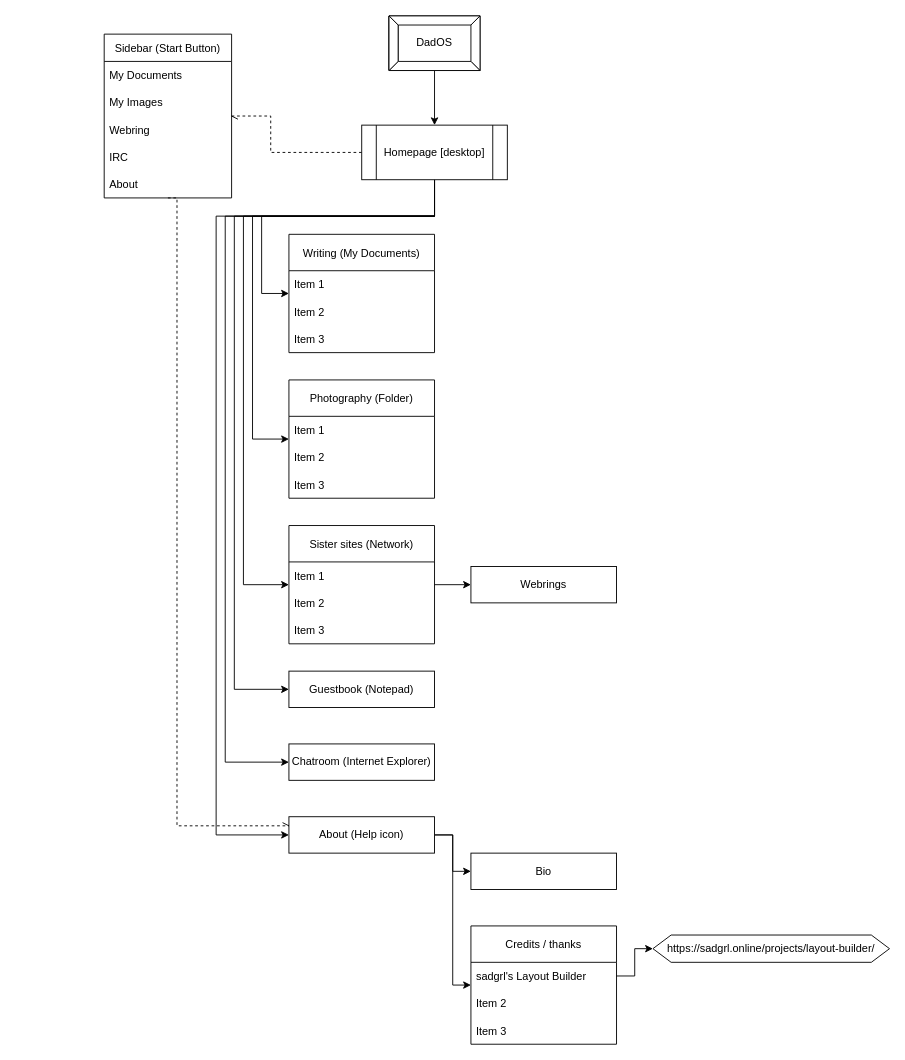
Before: reference shit/Site map/Sitemap.drawio in dadhoc/dadhoc.github.io, a draw.io diagram. Source tidied: cells renumbered, new cells numbered last; positions are measured from the earlier drawing's top-left corner, leaving out a move shared by most shapes. Both pictures are drawn from the tidied source at 91%, with x=0, y=0 at pixel (104, 15).
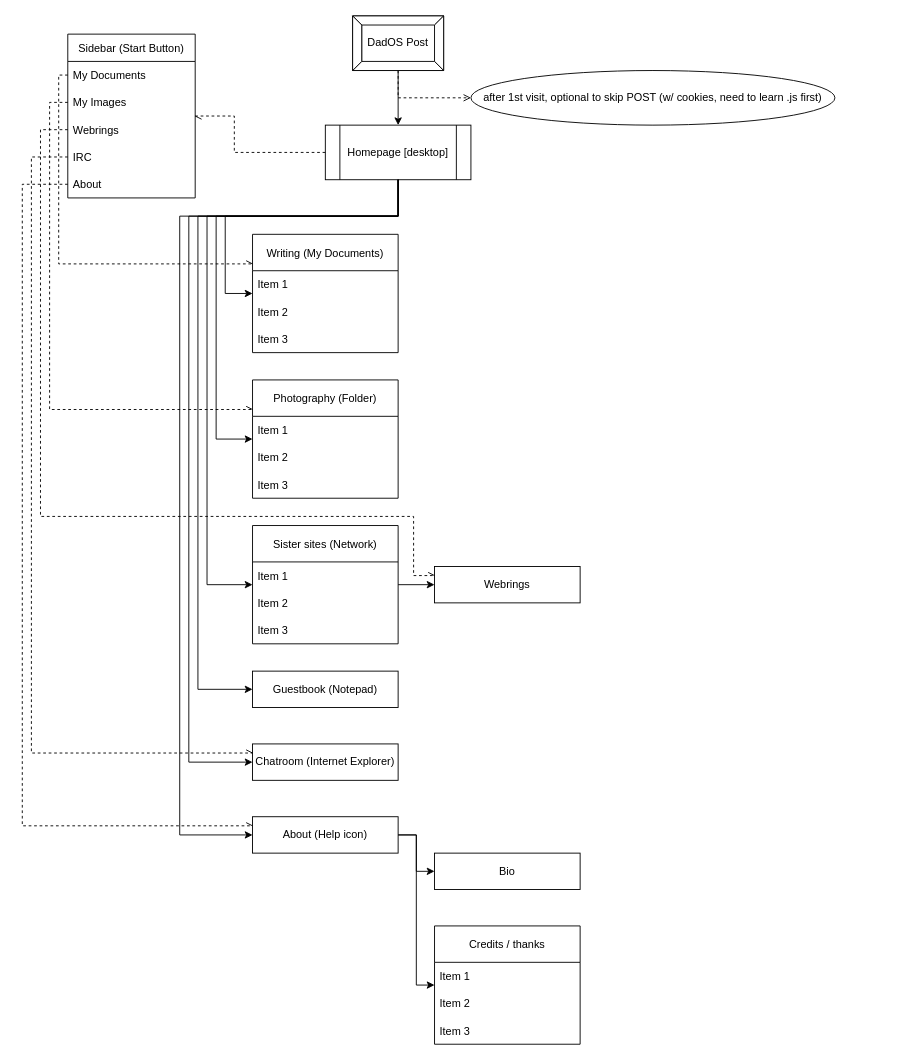
Above is the later version.

Unchanged cells that the change refers to:
```xml
<mxCell id="20" value="My Documents" style="text;strokeColor=none;fillColor=none;align=left;verticalAlign=middle;spacingLeft=4;spacingRight=4;overflow=hidden;points=[[0,0.5],[1,0.5]];portConstraint=eastwest;" parent="19" vertex="1">
  <mxGeometry y="30" width="140" height="30" as="geometry" />
</mxCell>
<mxCell id="21" value="My Images" style="text;strokeColor=none;fillColor=none;align=left;verticalAlign=middle;spacingLeft=4;spacingRight=4;overflow=hidden;points=[[0,0.5],[1,0.5]];portConstraint=eastwest;" parent="19" vertex="1">
  <mxGeometry y="60" width="140" height="30" as="geometry" />
</mxCell>
<mxCell id="23" value="IRC" style="text;strokeColor=none;fillColor=none;align=left;verticalAlign=middle;spacingLeft=4;spacingRight=4;overflow=hidden;points=[[0,0.5],[1,0.5]];portConstraint=eastwest;" parent="19" vertex="1">
  <mxGeometry y="120" width="140" height="30" as="geometry" />
</mxCell>
<mxCell id="24" value="About" style="text;strokeColor=none;fillColor=none;align=left;verticalAlign=middle;spacingLeft=4;spacingRight=4;overflow=hidden;points=[[0,0.5],[1,0.5]];portConstraint=eastwest;" parent="19" vertex="1">
  <mxGeometry y="150" width="140" height="30" as="geometry" />
</mxCell>
```

Change to the diagram source:
```diff
@@
-    <mxCell id="2" style="edgeStyle=orthogonalEdgeStyle;rounded=0;jettySize=auto;html=1;entryX=0;entryY=0.5;entryDx=0;entryDy=0;exitX=0.5;exitY=1;exitDx=0;exitDy=0;" parent="1" edge="1" source="9" target="14">
-      <mxGeometry relative="1" as="geometry">
-        <Array as="points">
-          <mxPoint x="363" y="220" />
-          <mxPoint x="163" y="220" />
-          <mxPoint x="163" y="465" />
-        </Array>
-      </mxGeometry>
-    </mxCell>
-    <mxCell id="3" style="edgeStyle=orthogonalEdgeStyle;rounded=0;jettySize=auto;html=1;exitX=0.5;exitY=1;exitDx=0;exitDy=0;entryX=0;entryY=0.5;entryDx=0;entryDy=0;" parent="1" edge="1" source="9" target="10">
-      <mxGeometry relative="1" as="geometry">
-        <Array as="points">
-          <mxPoint x="363" y="220" />
-          <mxPoint x="173" y="220" />
-          <mxPoint x="173" y="305" />
-        </Array>
-      </mxGeometry>
-    </mxCell>
-    <mxCell id="4" style="edgeStyle=orthogonalEdgeStyle;rounded=0;jettySize=auto;html=1;entryX=1;entryY=0.5;entryDx=0;entryDy=0;dashed=1;exitX=0;exitY=0.5;exitDx=0;exitDy=0;endArrow=openAsync;endFill=0;" parent="1" edge="1" source="9" target="19">
-      <mxGeometry relative="1" as="geometry">
-        <Array as="points">
-          <mxPoint x="183" y="150" />
-          <mxPoint x="183" y="110" />
-        </Array>
-      </mxGeometry>
-    </mxCell>
-    <mxCell id="5" style="edgeStyle=orthogonalEdgeStyle;rounded=0;jettySize=auto;html=1;entryX=0;entryY=0.5;entryDx=0;entryDy=0;exitX=0.5;exitY=1;exitDx=0;exitDy=0;" parent="1" edge="1" source="9" target="18">
-      <mxGeometry relative="1" as="geometry">
-        <Array as="points">
-          <mxPoint x="363" y="220" />
-          <mxPoint x="143" y="220" />
-          <mxPoint x="143" y="740" />
-        </Array>
-      </mxGeometry>
-    </mxCell>
-    <mxCell id="6" style="edgeStyle=orthogonalEdgeStyle;rounded=0;jettySize=auto;html=1;entryX=0;entryY=0.5;entryDx=0;entryDy=0;exitX=0.5;exitY=1;exitDx=0;exitDy=0;" parent="1" edge="1" source="9" target="25">
-      <mxGeometry relative="1" as="geometry">
-        <Array as="points">
-          <mxPoint x="363" y="220" />
-          <mxPoint x="153" y="220" />
-          <mxPoint x="153" y="625" />
-        </Array>
-      </mxGeometry>
-    </mxCell>
-    <mxCell id="7" style="edgeStyle=orthogonalEdgeStyle;rounded=0;jettySize=auto;html=1;entryX=0;entryY=0.5;entryDx=0;entryDy=0;exitX=0.5;exitY=1;exitDx=0;exitDy=0;" parent="1" edge="1" source="9" target="32">
-      <mxGeometry relative="1" as="geometry">
-        <Array as="points">
-          <mxPoint x="363" y="220" />
-          <mxPoint x="123" y="220" />
-          <mxPoint x="123" y="900" />
-        </Array>
-      </mxGeometry>
-    </mxCell>
-    <mxCell id="8" style="edgeStyle=orthogonalEdgeStyle;rounded=0;jettySize=auto;html=1;entryX=0;entryY=0.5;entryDx=0;entryDy=0;" parent="1" edge="1" source="9" target="36">
-      <mxGeometry relative="1" as="geometry">
-        <Array as="points">
-          <mxPoint x="363" y="220" />
-          <mxPoint x="133" y="220" />
-          <mxPoint x="133" y="820" />
-        </Array>
-      </mxGeometry>
-    </mxCell>
+    <mxCell id="45" style="group;" parent="1" vertex="1">
+      <mxGeometry x="-90" width="893" height="1130" as="geometry" />
+    </mxCell>
-    <mxCell id="9" value="Homepage [desktop]" style="shape=process;whiteSpace=wrap;html=1;backgroundOutline=1;fontFamily=Helvetica;fontSize=12;fontColor=default;align=center;strokeColor=default;fillColor=default;" parent="1" vertex="1">
-      <mxGeometry x="283" y="120" width="160" height="60" as="geometry" />
+    <mxCell id="9" value="Homepage [desktop]" style="shape=process;whiteSpace=wrap;html=1;backgroundOutline=1;fontFamily=Helvetica;fontSize=12;fontColor=default;align=center;strokeColor=default;fillColor=default;" parent="45" vertex="1">
+      <mxGeometry x="333" y="120" width="160" height="60" as="geometry" />
     </mxCell>
-    <mxCell id="10" value="Writing (My Documents)" style="swimlane;fontStyle=0;horizontal=1;startSize=40;" parent="1" vertex="1">
-      <mxGeometry x="203" y="240" width="160" height="130" as="geometry" />
+    <mxCell id="10" value="Writing (My Documents)" style="swimlane;fontStyle=0;horizontal=1;startSize=40;" parent="45" vertex="1">
+      <mxGeometry x="253" y="240" width="160" height="130" as="geometry" />
     </mxCell>
@@
+    <mxCell id="3" style="edgeStyle=orthogonalEdgeStyle;rounded=0;jettySize=auto;html=1;exitX=0.5;exitY=1;exitDx=0;exitDy=0;entryX=0;entryY=0.5;entryDx=0;entryDy=0;" parent="45" edge="1" source="9" target="10">
+      <mxGeometry relative="1" as="geometry">
+        <Array as="points">
+          <mxPoint x="413" y="220" />
+          <mxPoint x="223" y="220" />
+          <mxPoint x="223" y="305" />
+        </Array>
+      </mxGeometry>
+    </mxCell>
-    <mxCell id="14" value="Photography (Folder)" style="swimlane;fontStyle=0;horizontal=1;startSize=40;" parent="1" vertex="1">
-      <mxGeometry x="203" y="400" width="160" height="130" as="geometry" />
+    <mxCell id="14" value="Photography (Folder)" style="swimlane;fontStyle=0;horizontal=1;startSize=40;" parent="45" vertex="1">
+      <mxGeometry x="253" y="400" width="160" height="130" as="geometry" />
     </mxCell>
@@
+    <mxCell id="2" style="edgeStyle=orthogonalEdgeStyle;rounded=0;jettySize=auto;html=1;entryX=0;entryY=0.5;entryDx=0;entryDy=0;exitX=0.5;exitY=1;exitDx=0;exitDy=0;" parent="45" edge="1" source="9" target="14">
+      <mxGeometry relative="1" as="geometry">
+        <Array as="points">
+          <mxPoint x="413" y="220" />
+          <mxPoint x="213" y="220" />
+          <mxPoint x="213" y="465" />
+        </Array>
+      </mxGeometry>
+    </mxCell>
-    <mxCell id="18" value="Guestbook (Notepad)" style="rounded=0;whiteSpace=wrap;html=1;" parent="1" vertex="1">
-      <mxGeometry x="203" y="720" width="160" height="40" as="geometry" />
+    <mxCell id="18" value="Guestbook (Notepad)" style="rounded=0;whiteSpace=wrap;html=1;" parent="45" vertex="1">
+      <mxGeometry x="253" y="720" width="160" height="40" as="geometry" />
     </mxCell>
+    <mxCell id="5" style="edgeStyle=orthogonalEdgeStyle;rounded=0;jettySize=auto;html=1;entryX=0;entryY=0.5;entryDx=0;entryDy=0;exitX=0.5;exitY=1;exitDx=0;exitDy=0;" parent="45" edge="1" source="9" target="18">
+      <mxGeometry relative="1" as="geometry">
+        <Array as="points">
+          <mxPoint x="413" y="220" />
+          <mxPoint x="193" y="220" />
+          <mxPoint x="193" y="740" />
+        </Array>
+      </mxGeometry>
+    </mxCell>
-    <mxCell id="19" value="Sidebar (Start Button)" style="swimlane;fontStyle=0;horizontal=1;startSize=30;" parent="1" vertex="1">
-      <mxGeometry y="20" width="140" height="180" as="geometry" />
+    <mxCell id="19" value="Sidebar (Start Button)" style="swimlane;fontStyle=0;horizontal=1;startSize=30;" parent="45" vertex="1">
+      <mxGeometry x="50" y="20" width="140" height="180" as="geometry" />
     </mxCell>
@@
-    <mxCell id="22" value="Webring" style="text;strokeColor=none;fillColor=none;align=left;verticalAlign=middle;spacingLeft=4;spacingRight=4;overflow=hidden;points=[[0,0.5],[1,0.5]];portConstraint=eastwest;" parent="19" vertex="1">
+    <mxCell id="22" value="Webrings" style="text;strokeColor=none;fillColor=none;align=left;verticalAlign=middle;spacingLeft=4;spacingRight=4;overflow=hidden;points=[[0,0.5],[1,0.5]];portConstraint=eastwest;" parent="19" vertex="1">
       <mxGeometry y="90" width="140" height="30" as="geometry" />
     </mxCell>
@@
+    <mxCell id="4" style="edgeStyle=orthogonalEdgeStyle;rounded=0;jettySize=auto;html=1;entryX=1;entryY=0.5;entryDx=0;entryDy=0;dashed=1;exitX=0;exitY=0.5;exitDx=0;exitDy=0;endArrow=openAsync;endFill=0;" parent="45" edge="1" source="9" target="19">
+      <mxGeometry relative="1" as="geometry">
+        <Array as="points">
+          <mxPoint x="233" y="150" />
+          <mxPoint x="233" y="110" />
+        </Array>
+      </mxGeometry>
+    </mxCell>
-    <mxCell id="25" value="Sister sites (Network)" style="swimlane;fontStyle=0;horizontal=1;startSize=40;" parent="1" vertex="1">
-      <mxGeometry x="203" y="560" width="160" height="130" as="geometry" />
+    <mxCell id="25" value="Sister sites (Network)" style="swimlane;fontStyle=0;horizontal=1;startSize=40;" parent="45" vertex="1">
+      <mxGeometry x="253" y="560" width="160" height="130" as="geometry" />
     </mxCell>
@@
+    <mxCell id="6" style="edgeStyle=orthogonalEdgeStyle;rounded=0;jettySize=auto;html=1;entryX=0;entryY=0.5;entryDx=0;entryDy=0;exitX=0.5;exitY=1;exitDx=0;exitDy=0;" parent="45" edge="1" source="9" target="25">
+      <mxGeometry relative="1" as="geometry">
+        <Array as="points">
+          <mxPoint x="413" y="220" />
+          <mxPoint x="203" y="220" />
+          <mxPoint x="203" y="625" />
+        </Array>
+      </mxGeometry>
+    </mxCell>
-    <mxCell id="29" style="edgeStyle=orthogonalEdgeStyle;rounded=0;jettySize=auto;html=1;entryX=0;entryY=0.5;entryDx=0;entryDy=0;" parent="1" edge="1" source="25" target="34">
+    <mxCell id="29" style="edgeStyle=orthogonalEdgeStyle;rounded=0;jettySize=auto;html=1;entryX=0;entryY=0.5;entryDx=0;entryDy=0;" parent="45" edge="1" source="25" target="34">
       <mxGeometry relative="1" as="geometry" />
     </mxCell>
-    <mxCell id="30" style="edgeStyle=orthogonalEdgeStyle;rounded=0;jettySize=auto;html=1;entryX=0;entryY=0.5;entryDx=0;entryDy=0;" parent="1" edge="1" source="32" target="35">
-      <mxGeometry relative="1" as="geometry" />
-    </mxCell>
-    <mxCell id="31" style="edgeStyle=orthogonalEdgeStyle;rounded=0;jettySize=auto;html=1;endArrow=classic;endFill=1;entryX=0;entryY=0.5;entryDx=0;entryDy=0;" parent="1" edge="1" source="32" target="37">
-      <mxGeometry relative="1" as="geometry" />
-    </mxCell>
-    <mxCell id="32" value="About (Help icon)" style="rounded=0;whiteSpace=wrap;html=1;" parent="1" vertex="1">
-      <mxGeometry x="203" y="880" width="160" height="40" as="geometry" />
+    <mxCell id="32" value="About (Help icon)" style="rounded=0;whiteSpace=wrap;html=1;" parent="45" vertex="1">
+      <mxGeometry x="253" y="880" width="160" height="40" as="geometry" />
     </mxCell>
+    <mxCell id="7" style="edgeStyle=orthogonalEdgeStyle;rounded=0;jettySize=auto;html=1;entryX=0;entryY=0.5;entryDx=0;entryDy=0;exitX=0.5;exitY=1;exitDx=0;exitDy=0;" parent="45" edge="1" source="9" target="32">
+      <mxGeometry relative="1" as="geometry">
+        <Array as="points">
+          <mxPoint x="413" y="220" />
+          <mxPoint x="173" y="220" />
+          <mxPoint x="173" y="900" />
+        </Array>
+      </mxGeometry>
+    </mxCell>
-    <mxCell id="33" style="edgeStyle=orthogonalEdgeStyle;rounded=0;jettySize=auto;html=1;exitX=0.5;exitY=1;exitDx=0;exitDy=0;dashed=1;entryX=0;entryY=0.25;entryDx=0;entryDy=0;endArrow=openAsync;endFill=0;" parent="1" edge="1" source="19" target="32">
+    <mxCell id="33" style="edgeStyle=orthogonalEdgeStyle;rounded=0;jettySize=auto;html=1;dashed=1;entryX=0;entryY=0.25;entryDx=0;entryDy=0;endArrow=openAsync;endFill=0;exitX=0;exitY=0.5;exitDx=0;exitDy=0;" parent="45" edge="1" source="24" target="32">
       <mxGeometry relative="1" as="geometry">
         <Array as="points">
-          <mxPoint x="80" y="890" />
+          <mxPoint y="185" />
+          <mxPoint y="890" />
         </Array>
       </mxGeometry>
     </mxCell>
-    <mxCell id="34" value="Webrings" style="rounded=0;whiteSpace=wrap;html=1;" parent="1" vertex="1">
-      <mxGeometry x="403" y="605" width="160" height="40" as="geometry" />
+    <mxCell id="34" value="Webrings" style="rounded=0;whiteSpace=wrap;html=1;" parent="45" vertex="1">
+      <mxGeometry x="453" y="605" width="160" height="40" as="geometry" />
     </mxCell>
-    <mxCell id="35" value="Bio" style="rounded=0;whiteSpace=wrap;html=1;" parent="1" vertex="1">
-      <mxGeometry x="403" y="920" width="160" height="40" as="geometry" />
+    <mxCell id="35" value="Bio" style="rounded=0;whiteSpace=wrap;html=1;" parent="45" vertex="1">
+      <mxGeometry x="453" y="920" width="160" height="40" as="geometry" />
     </mxCell>
-    <mxCell id="36" value="Chatroom (Internet Explorer)" style="rounded=0;whiteSpace=wrap;html=1;" parent="1" vertex="1">
-      <mxGeometry x="203" y="800" width="160" height="40" as="geometry" />
+    <mxCell id="36" value="Chatroom (Internet Explorer)" style="rounded=0;whiteSpace=wrap;html=1;" parent="45" vertex="1">
+      <mxGeometry x="253" y="800" width="160" height="40" as="geometry" />
     </mxCell>
-    <mxCell id="37" value="Credits / thanks" style="swimlane;fontStyle=0;horizontal=1;startSize=40;" parent="1" vertex="1">
-      <mxGeometry x="403" y="1000" width="160" height="130" as="geometry" />
+    <mxCell id="37" value="Credits / thanks" style="swimlane;fontStyle=0;horizontal=1;startSize=40;" parent="45" vertex="1">
+      <mxGeometry x="453" y="1000" width="160" height="130" as="geometry" />
     </mxCell>
-    <mxCell id="38" value="sadgrl's Layout Builder" style="text;strokeColor=none;fillColor=none;align=left;verticalAlign=middle;spacingLeft=4;spacingRight=4;overflow=hidden;points=[[0,0.5],[1,0.5]];portConstraint=eastwest;" parent="37" vertex="1">
+    <mxCell id="38" value="Item 1" style="text;strokeColor=none;fillColor=none;align=left;verticalAlign=middle;spacingLeft=4;spacingRight=4;overflow=hidden;points=[[0,0.5],[1,0.5]];portConstraint=eastwest;" parent="37" vertex="1">
       <mxGeometry y="40" width="160" height="30" as="geometry" />
     </mxCell>
@@
-    <mxCell id="41" value="https://sadgrl.online/projects/layout-builder/" style="shape=hexagon;perimeter=hexagonPerimeter2;whiteSpace=wrap;html=1;fixedSize=1;fontFamily=Helvetica;fontSize=12;fontColor=default;align=center;strokeColor=default;fillColor=default;" parent="1" vertex="1">
-      <mxGeometry x="603" y="1010" width="260" height="30" as="geometry" />
-    </mxCell>
-    <mxCell id="42" style="edgeStyle=orthogonalEdgeStyle;rounded=0;jettySize=auto;html=1;endArrow=classic;endFill=1;" parent="1" edge="1" source="38" target="41">
-      <mxGeometry relative="1" as="geometry" />
-    </mxCell>
-    <mxCell id="43" style="edgeStyle=orthogonalEdgeStyle;rounded=0;jettySize=auto;html=1;" parent="1" edge="1" source="44" target="9">
+    <mxCell id="43" style="edgeStyle=orthogonalEdgeStyle;rounded=0;jettySize=auto;html=1;" parent="45" edge="1" source="44" target="9">
       <mxGeometry relative="1" as="geometry" />
     </mxCell>
-    <mxCell id="44" value="DadOS" style="labelPosition=center;verticalLabelPosition=middle;align=center;html=1;shape=mxgraph.basic.button;dx=10;whiteSpace=wrap;" parent="1" vertex="1">
-      <mxGeometry x="313" width="100" height="60" as="geometry" />
+    <mxCell id="44" value="DadOS Post" style="labelPosition=center;verticalLabelPosition=middle;align=center;html=1;shape=mxgraph.basic.button;dx=10;whiteSpace=wrap;" parent="45" vertex="1">
+      <mxGeometry x="363" width="100" height="60" as="geometry" />
     </mxCell>
+    <mxCell id="30" style="edgeStyle=orthogonalEdgeStyle;rounded=0;jettySize=auto;html=1;entryX=0;entryY=0.5;entryDx=0;entryDy=0;" parent="45" edge="1" source="32" target="35">
+      <mxGeometry relative="1" as="geometry" />
+    </mxCell>
+    <mxCell id="46" value="after 1st visit, optional to skip POST (w/ cookies, need to learn .js first)" style="ellipse;whiteSpace=wrap;html=1;" parent="45" vertex="1">
+      <mxGeometry x="493" y="60" width="400" height="60" as="geometry" />
+    </mxCell>
+    <mxCell id="47" style="edgeStyle=orthogonalEdgeStyle;rounded=0;jettySize=auto;html=1;entryX=0;entryY=0.25;entryDx=0;entryDy=0;dashed=1;endArrow=openAsync;endFill=0;" parent="45" edge="1" source="23" target="36">
+      <mxGeometry relative="1" as="geometry">
+        <Array as="points">
+          <mxPoint x="10" y="155" />
+          <mxPoint x="10" y="810" />
+        </Array>
+      </mxGeometry>
+    </mxCell>
+    <mxCell id="8" style="edgeStyle=orthogonalEdgeStyle;rounded=0;jettySize=auto;html=1;entryX=0;entryY=0.5;entryDx=0;entryDy=0;" parent="45" edge="1" source="9" target="36">
+      <mxGeometry relative="1" as="geometry">
+        <Array as="points">
+          <mxPoint x="413" y="220" />
+          <mxPoint x="183" y="220" />
+          <mxPoint x="183" y="820" />
+        </Array>
+      </mxGeometry>
+    </mxCell>
+    <mxCell id="48" style="edgeStyle=orthogonalEdgeStyle;rounded=0;jettySize=auto;html=1;entryX=0;entryY=0.25;entryDx=0;entryDy=0;dashed=1;endArrow=openAsync;endFill=0;" parent="45" edge="1" source="22" target="34">
+      <mxGeometry relative="1" as="geometry">
+        <Array as="points">
+          <mxPoint x="20" y="125" />
+          <mxPoint x="20" y="550" />
+          <mxPoint x="430" y="550" />
+          <mxPoint x="430" y="615" />
+        </Array>
+      </mxGeometry>
+    </mxCell>
+    <mxCell id="31" style="edgeStyle=orthogonalEdgeStyle;rounded=0;jettySize=auto;html=1;endArrow=classic;endFill=1;entryX=0;entryY=0.5;entryDx=0;entryDy=0;" parent="45" edge="1" source="32" target="37">
+      <mxGeometry relative="1" as="geometry" />
+    </mxCell>
+    <mxCell id="49" style="edgeStyle=orthogonalEdgeStyle;rounded=0;jettySize=auto;html=1;entryX=0;entryY=0.25;entryDx=0;entryDy=0;dashed=1;endArrow=openAsync;endFill=0;" parent="45" edge="1" source="21" target="14">
+      <mxGeometry relative="1" as="geometry">
+        <Array as="points">
+          <mxPoint x="30" y="95" />
+          <mxPoint x="30" y="433" />
+        </Array>
+      </mxGeometry>
+    </mxCell>
+    <mxCell id="50" style="edgeStyle=orthogonalEdgeStyle;rounded=0;jettySize=auto;html=1;dashed=1;endArrow=open;endFill=0;" parent="45" edge="1" source="44" target="46">
+      <mxGeometry relative="1" as="geometry">
+        <Array as="points">
+          <mxPoint x="413" y="90" />
+        </Array>
+      </mxGeometry>
+    </mxCell>
+    <mxCell id="51" style="edgeStyle=orthogonalEdgeStyle;rounded=0;jettySize=auto;html=1;entryX=0;entryY=0.25;entryDx=0;entryDy=0;dashed=1;endArrow=openAsync;endFill=0;" parent="45" edge="1" source="20" target="10">
+      <mxGeometry relative="1" as="geometry">
+        <Array as="points">
+          <mxPoint x="40" y="65" />
+          <mxPoint x="40" y="273" />
+        </Array>
+      </mxGeometry>
+    </mxCell>
```
